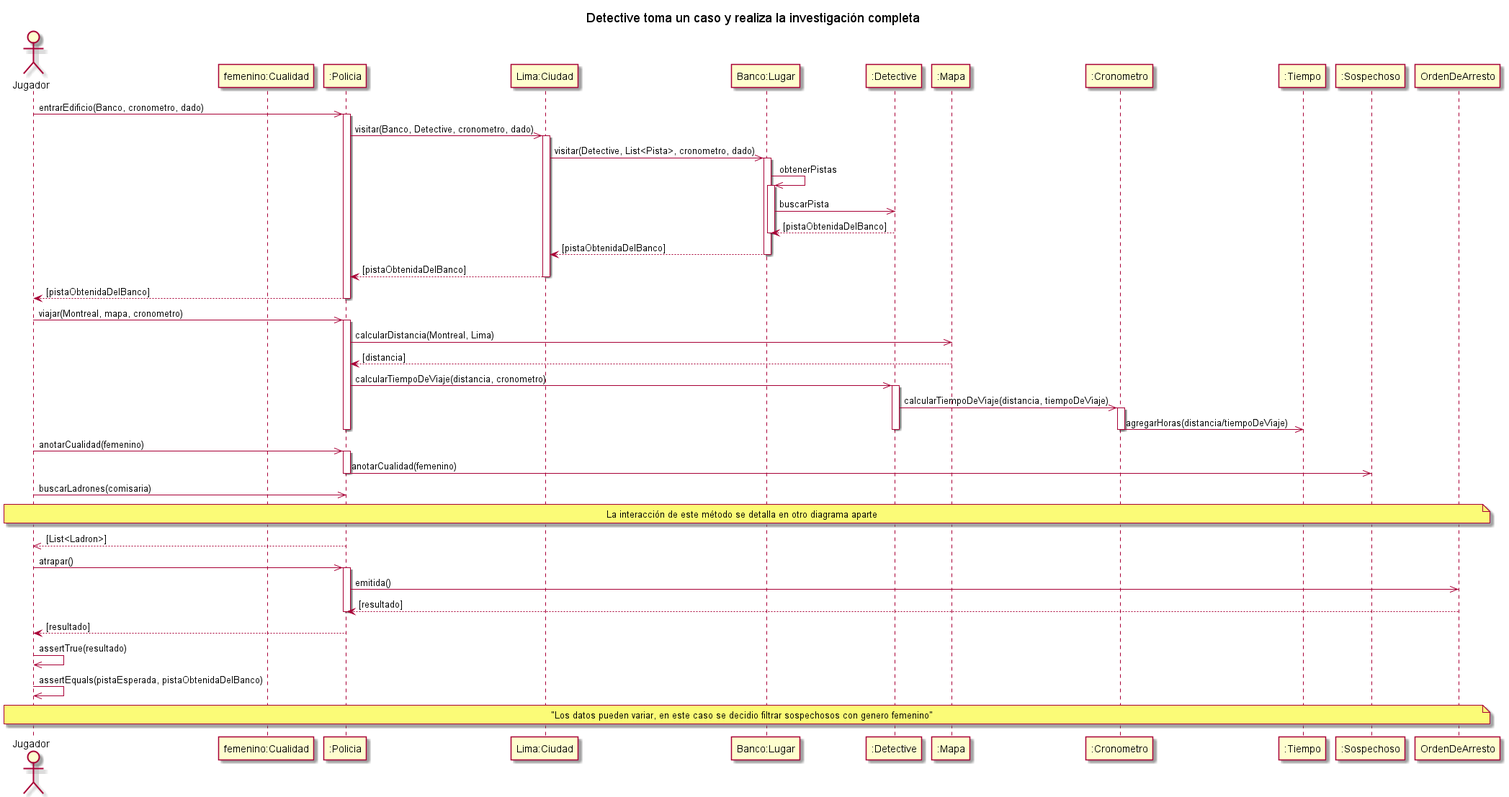
Earlier version of the PlantUML export diagrams/sequences/entrega2/DS_DetectiveTomaCasoYRealizaInvestigacionCompleta.png (kmu01/Algo3_tp2).
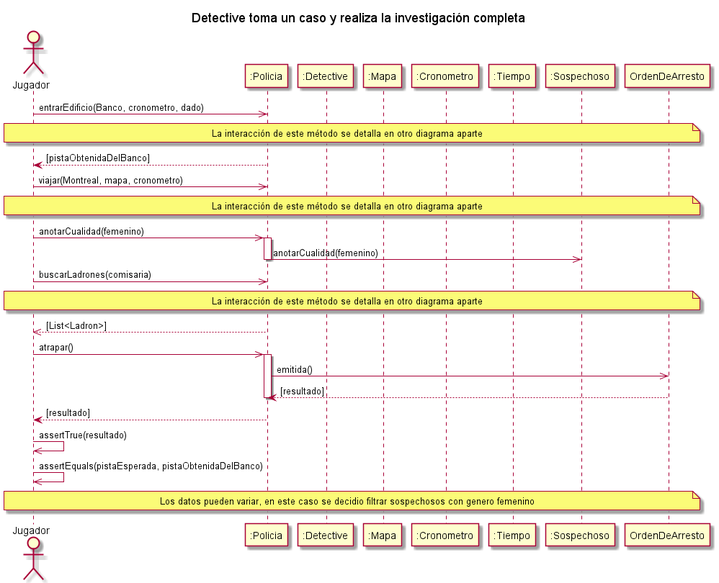
The same file after the commit.

The edit, as a diff of the source:
```diff
@@ -2,10 +2,7 @@
 title Detective toma un caso y realiza la investigación completa
 
 actor "Jugador" as AlgoThief
-participant "femenino:Cualidad" as Cualidad
 participant ":Policia" as Policia
-participant "Lima:Ciudad" as Ciudad
-participant "Banco:Lugar" as Lugar
 participant ":Detective" as Grado
 participant ":Mapa" as Mapa
 participant ":Cronometro" as Cronometro
@@ -15,35 +12,14 @@
 
 
 AlgoThief ->> Policia : entrarEdificio(Banco, cronometro, dado)
-activate Policia
-    Policia ->> Ciudad : visitar(Banco, Detective, cronometro, dado)
-    activate Ciudad
-        Ciudad ->> Lugar : visitar(Detective, List<Pista>, cronometro, dado)
-        activate Lugar
-            Lugar ->> Lugar : obtenerPistas
-            activate Lugar
-                Lugar ->> Grado : buscarPista
-                Grado --> Lugar : [pistaObtenidaDelBanco]
-            deactivate Lugar
-            Lugar --> Ciudad : [pistaObtenidaDelBanco]
-        deactivate Lugar
-        Ciudad --> Policia : [pistaObtenidaDelBanco]
-    deactivate Ciudad
-    Policia --> AlgoThief : [pistaObtenidaDelBanco]
-deactivate Policia
+note across : La interacción de este método se detalla en otro diagrama aparte
+
+Policia --> AlgoThief : [pistaObtenidaDelBanco]
+
 
 AlgoThief ->> Policia : viajar(Montreal, mapa, cronometro)
-activate Policia
-    Policia ->> Mapa : calcularDistancia(Montreal, Lima)
-    Mapa --> Policia : [distancia]
-    Policia ->> Grado : calcularTiempoDeViaje(distancia, cronometro)
-    activate Grado
-        Grado ->> Cronometro : calcularTiempoDeViaje(distancia, tiempoDeViaje)
-        activate Cronometro
-            Cronometro ->> Tiempo : agregarHoras(distancia/tiempoDeViaje)
-        deactivate Cronometro
-    deactivate Grado
-deactivate Policia
+note across : La interacción de este método se detalla en otro diagrama aparte
+
 AlgoThief ->> Policia : anotarCualidad(femenino)
 activate Policia
     Policia ->> Sospechoso : anotarCualidad(femenino)
@@ -61,7 +37,7 @@
 AlgoThief ->> AlgoThief : assertTrue(resultado)
 AlgoThief ->> AlgoThief : assertEquals(pistaEsperada, pistaObtenidaDelBanco)
 
-note across: "Los datos pueden variar, en este caso se decidio filtrar sospechosos con genero femenino"
+note across: Los datos pueden variar, en este caso se decidio filtrar sospechosos con genero femenino
 
 
 @enduml
```
